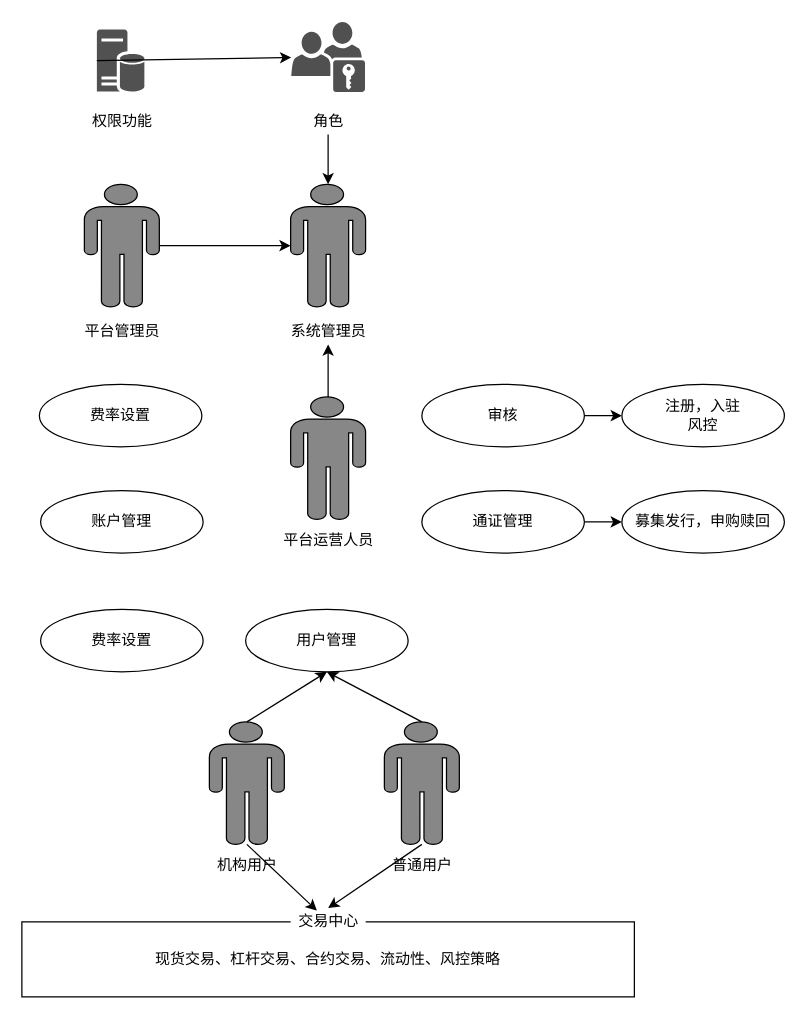
xiaoxijin/pay keeps this draw.io diagram as PIMAX/后台运营团队功能.drawio. Above is the earlier version. Source tidied: cells renumbered, new cells numbered last; positions are measured from the earlier drawing's top-left corner, leaving out a move shared by most shapes. Both pictures are drawn from the tidied source at 125%, with x=0, y=0 at pixel (21, 21).
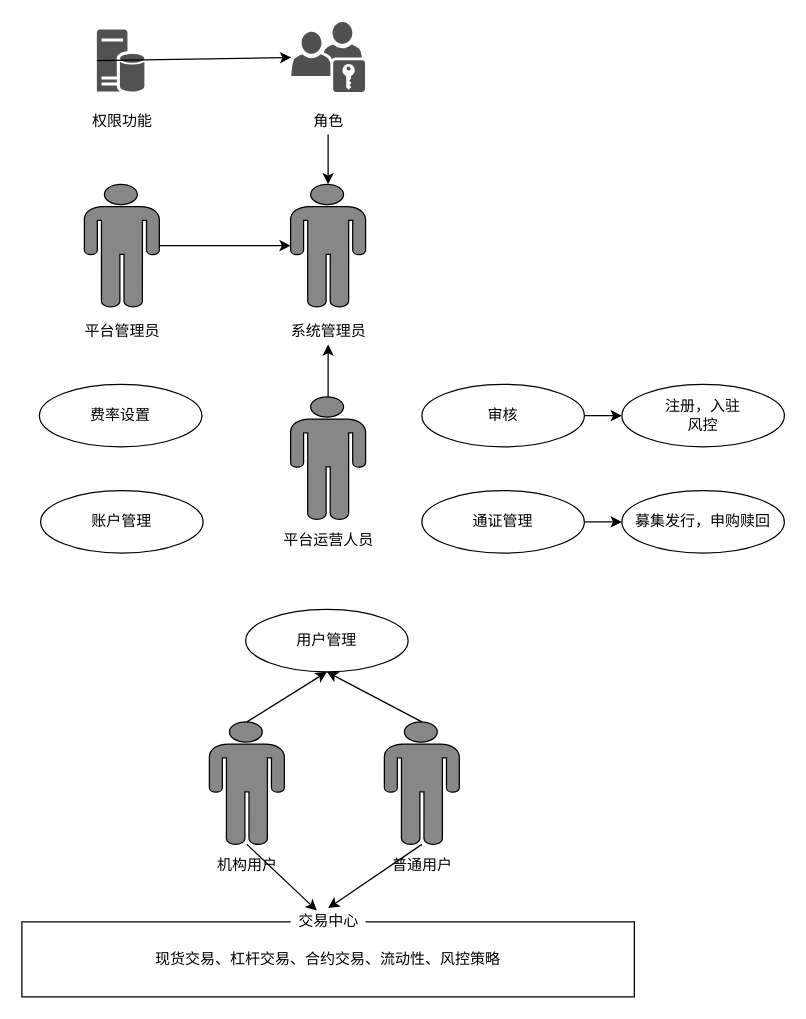
Above is the later version.

The edit, as a diff of the source:
```diff
@@
-    <mxCell id="31" value="费率设置" style="ellipse;whiteSpace=wrap;html=1;" parent="1" vertex="1">
-      <mxGeometry x="15" y="470" width="130" height="50" as="geometry" />
-    </mxCell>
```
